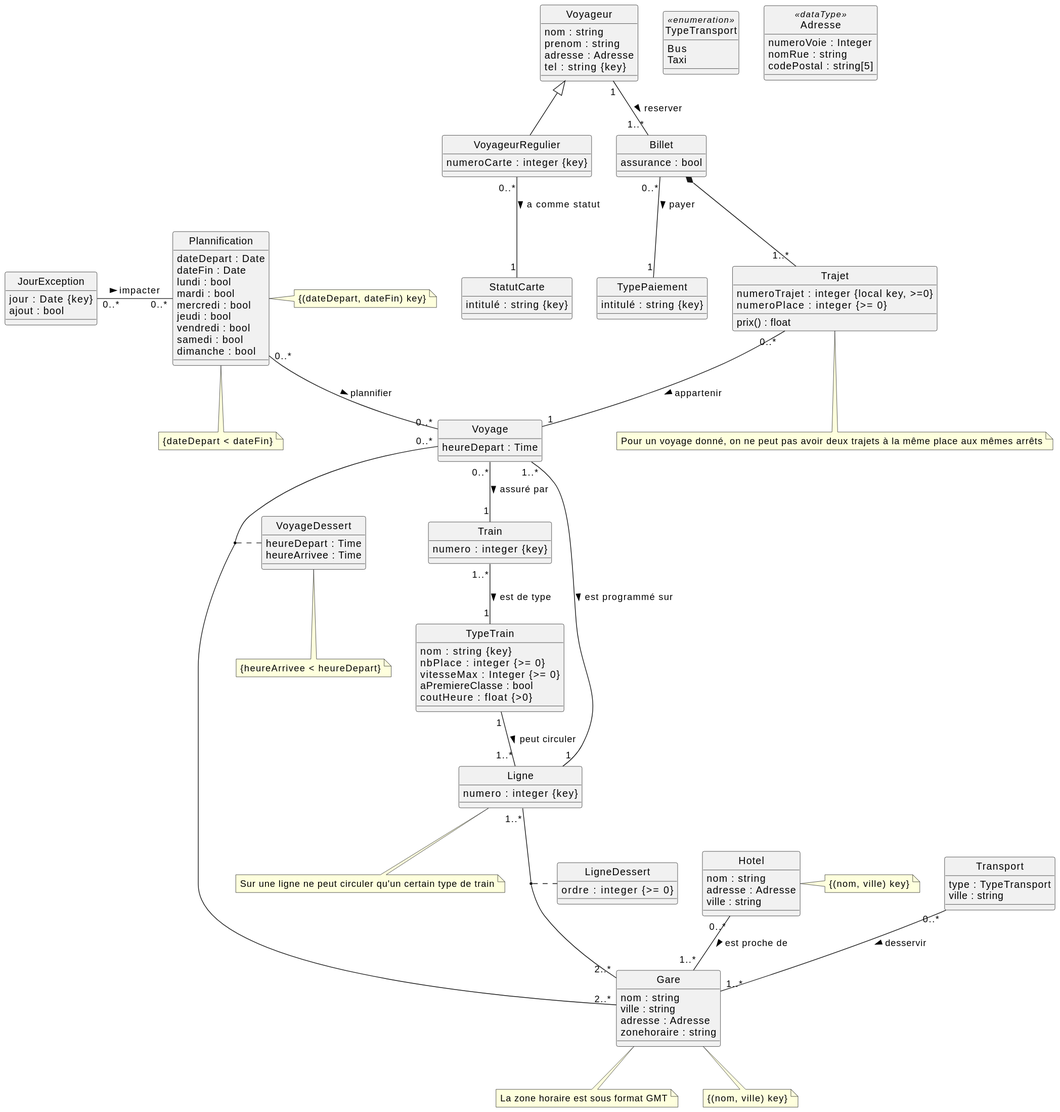
Before: diagramme_classe.svg, a diagram exported from PlantUML (YiguangMEI/Gestion-de-la-BD-des-gares).
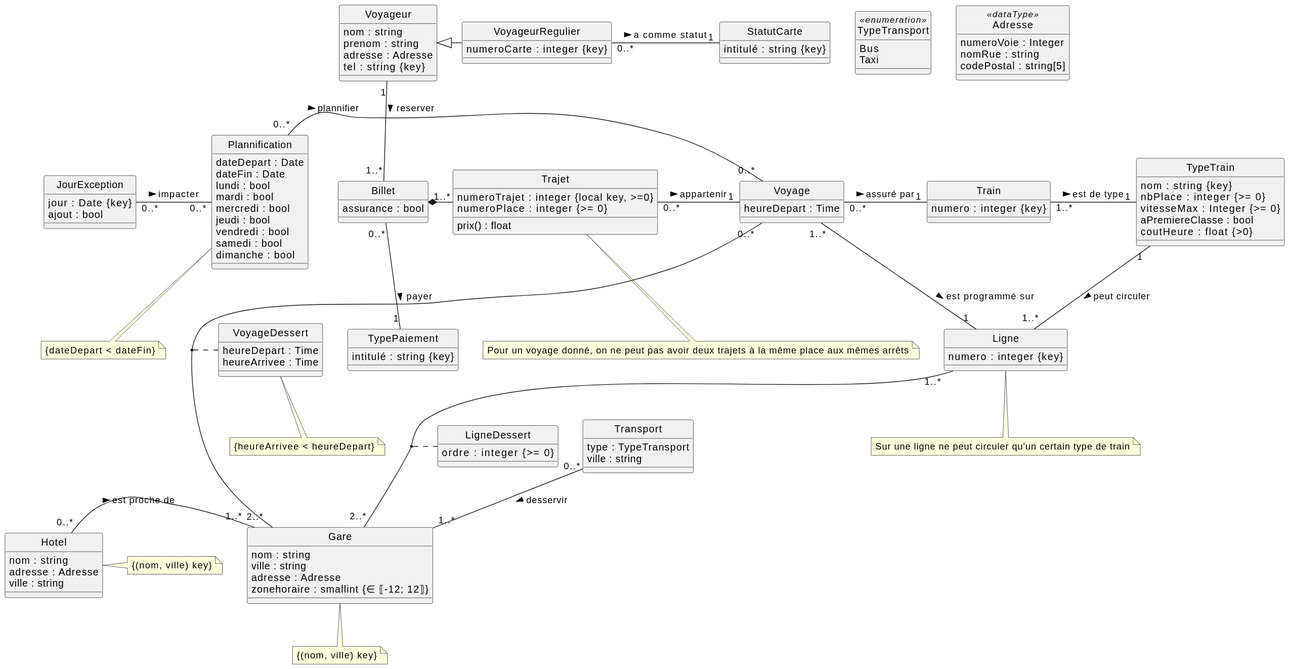
The same diagram one commit later.

Commit message:
Mise à jour du diagramme de classes

Diff of the diagram source:
```diff
@@ -46,7 +46,7 @@
 	nom : string
 	ville : string
 	adresse : Adresse
-	zonehoraire : string
+	zonehoraire : smallint {∈ ⟦-12; 12⟧}
 }
 
 class Ligne {
@@ -115,47 +115,44 @@
 
 Transport "0..*" -- "1..*" Gare : desservir >
 
-Hotel "0..*" -- "1..*" Gare : est proche de >
+Hotel "0..*" - "1..*" Gare : est proche de >
 
 
-Voyageur <|-- VoyageurRegulier
+Voyageur <|- VoyageurRegulier
 
-VoyageurRegulier "0..*" -- "1" StatutCarte : a comme statut >
+VoyageurRegulier "0..*" - "1" StatutCarte : a comme statut >
 
 
-Train "1..*" -- "1" TypeTrain : est de type >
+Train "1..*" - "1" TypeTrain : est de type >
 
 
 Ligne "1..*" -- "2..*" Gare
-(Ligne, Gare) .. LigneDessert
+(Ligne, Gare) . LigneDessert
 
 TypeTrain "1" -- "1..*" Ligne : peut circuler >
 
 
 Voyage "0..*" -- "2..*" Gare
-(Voyage, Gare) .. VoyageDessert
+(Voyage, Gare) . VoyageDessert
 
-Voyage "1..*" -- "1" Ligne : est programmé sur >
+Voyage "1..*" - "1" Ligne : est programmé sur >
 
-Plannification "0..*" -- "0..*" Voyage : plannifier >
+Plannification "0..*" - "0..*" Voyage : plannifier >
 
 JourException "0..*" - "0..*" Plannification : impacter >
 
-Voyage "0..*" -- "1" Train : assuré par >
+Voyage "0..*" - "1" Train : assuré par >
 
-Trajet "0..*" -- "1" Voyage : appartenir >
+Trajet "0..*" - "1" Voyage : appartenir >
 
 
-Billet *-- "1..*" Trajet
+Billet *- "1..*" Trajet
 
 Voyageur "1" -- "1..*" Billet : reserver >
 
 Billet "0..*" -- "1" TypePaiement : payer >
 
 
-
-note "La zone horaire est sous format GMT" as N1
-Gare .. N1
 
 note "Sur une ligne ne peut circuler qu'un certain type de train" as N2
 Ligne .. N2
@@ -169,9 +166,6 @@
 note "Pour un voyage donné, on ne peut pas avoir deux trajets à la même place aux mêmes arrêts" as N5
 Trajet .. N5
 
-note "{(dateDepart, dateFin) key}" as N6
-Plannification . N6
-
 note "{(nom, ville) key}" as N8
 Hotel . N8
 
```
